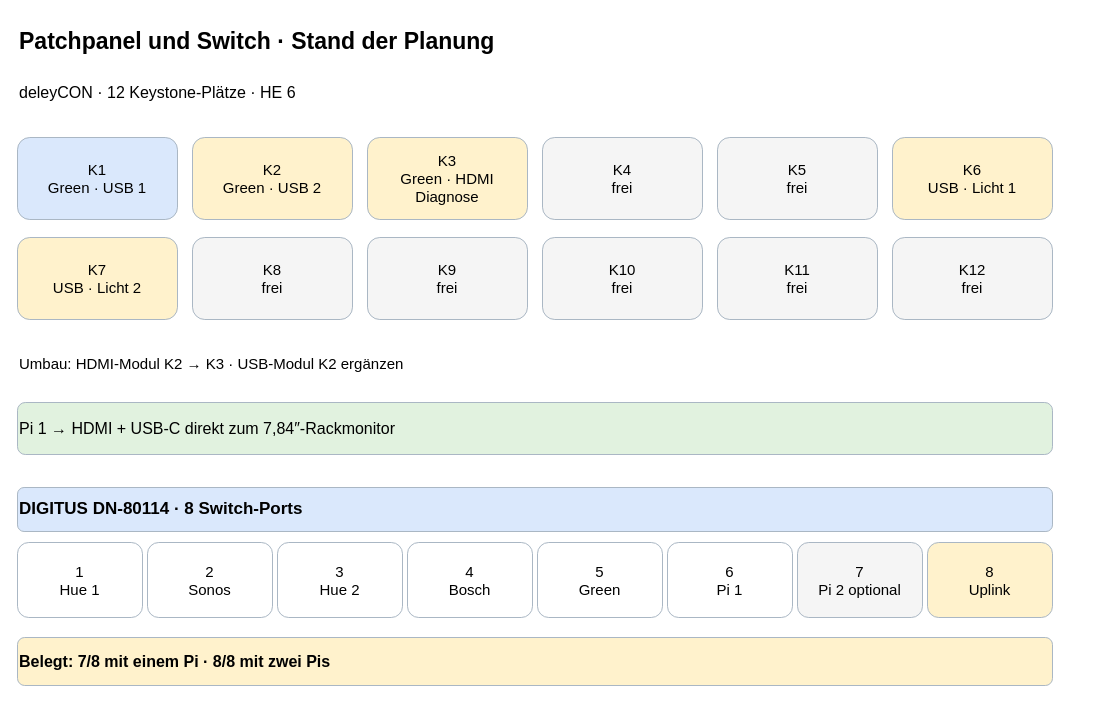
This is page "Switch und Patchpanel" (4 of 7) of 10-zoll-rack-planung.drawio from tiptronic/diagrams, a draw.io file, before an edit. Source tidied: cells renumbered, new cells numbered last; positions are measured from the earlier drawing's top-left corner, leaving out a move shared by most shapes. Both pictures are drawn from the tidied source at 100%, with x=0, y=0 at pixel (17, 17).
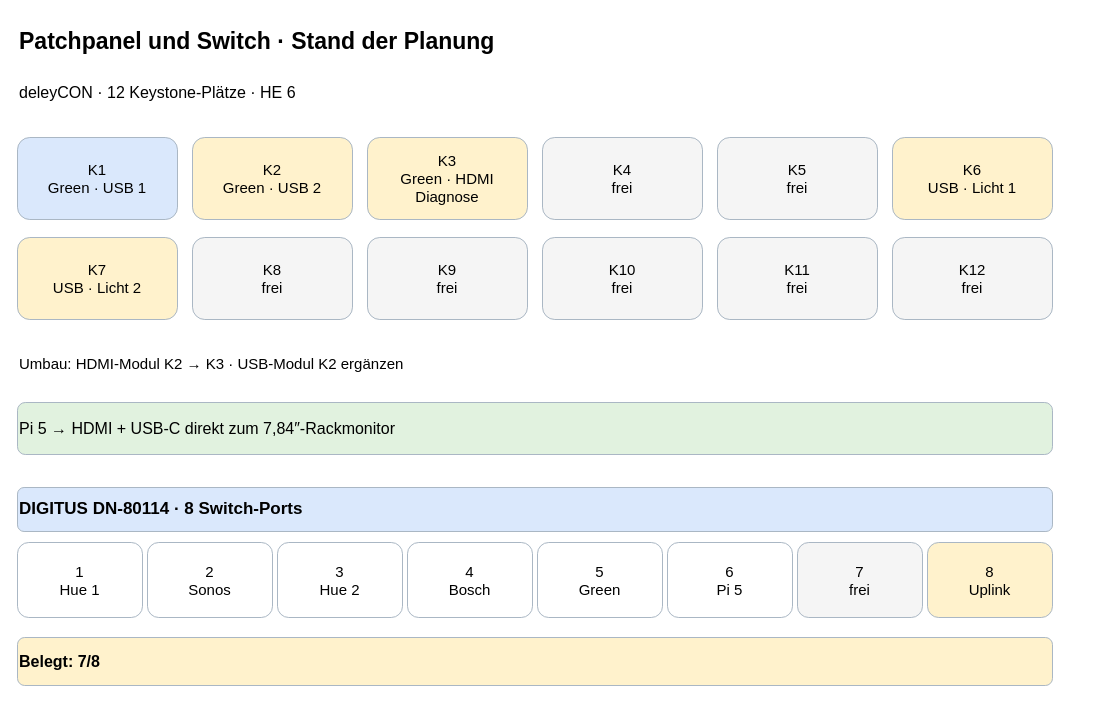
Above is the later version.

The edit, as a diff of the source:
```diff
@@
-    <mxCell id="17" value="Pi 1 → HDMI + USB-C direkt zum 7,84″-Rackmonitor" style="rounded=1;whiteSpace=wrap;html=1;align=left;verticalAlign=middle;strokeWidth=1;fontSize=16;fillColor=#e1f2df;strokeColor=#aab7c4;" parent="1" vertex="1">
+    <mxCell id="17" value="Pi 5 → HDMI + USB-C direkt zum 7,84″-Rackmonitor" style="rounded=1;whiteSpace=wrap;html=1;align=left;verticalAlign=middle;strokeWidth=1;fontSize=16;fillColor=#e1f2df;strokeColor=#aab7c4;" parent="1" vertex="1">
       <mxGeometry y="385" width="1035" height="52" as="geometry" />
     </mxCell>
@@
-    <mxCell id="24" value="6&#10;Pi 1" style="rounded=1;whiteSpace=wrap;html=1;align=center;verticalAlign=middle;strokeWidth=1;fontSize=15;fillColor=#ffffff;strokeColor=#aab7c4;" parent="1" vertex="1">
+    <mxCell id="24" value="6&#10;Pi 5" style="rounded=1;whiteSpace=wrap;html=1;align=center;verticalAlign=middle;strokeWidth=1;fontSize=15;fillColor=#ffffff;strokeColor=#aab7c4;" parent="1" vertex="1">
       <mxGeometry x="650" y="525" width="125" height="75" as="geometry" />
     </mxCell>
-    <mxCell id="25" value="7&#10;Pi 2 optional" style="rounded=1;whiteSpace=wrap;html=1;align=center;verticalAlign=middle;strokeWidth=1;fontSize=15;fillColor=#f5f5f5;strokeColor=#aab7c4;" parent="1" vertex="1">
+    <mxCell id="25" value="7&#10;frei" style="rounded=1;whiteSpace=wrap;html=1;align=center;verticalAlign=middle;strokeWidth=1;fontSize=15;fillColor=#f5f5f5;strokeColor=#aab7c4;" parent="1" vertex="1">
       <mxGeometry x="780" y="525" width="125" height="75" as="geometry" />
     </mxCell>
@@
-    <mxCell id="27" value="Belegt: 7/8 mit einem Pi · 8/8 mit zwei Pis" style="rounded=1;whiteSpace=wrap;html=1;align=left;verticalAlign=middle;strokeWidth=1;fontSize=16;fillColor=#fff2cc;strokeColor=#aab7c4;fontStyle=1;" parent="1" vertex="1">
+    <mxCell id="27" value="Belegt: 7/8" style="rounded=1;whiteSpace=wrap;html=1;align=left;verticalAlign=middle;strokeWidth=1;fontSize=16;fillColor=#fff2cc;strokeColor=#aab7c4;fontStyle=1;" parent="1" vertex="1">
       <mxGeometry y="620" width="1035" height="48" as="geometry" />
     </mxCell>
```
